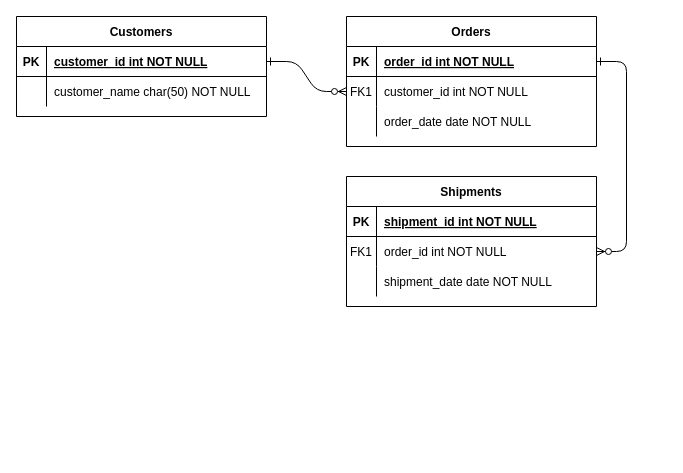
This is Untitled Diagram.drawio from The-Marcy-Lab-School/react-express-auth, a draw.io file, before an edit. Source tidied: cells renumbered, new cells numbered last; positions are measured from the earlier drawing's top-left corner, leaving out a move shared by most shapes. Both pictures are drawn from the tidied source at 100%, with x=0, y=0 at pixel (16, 16).
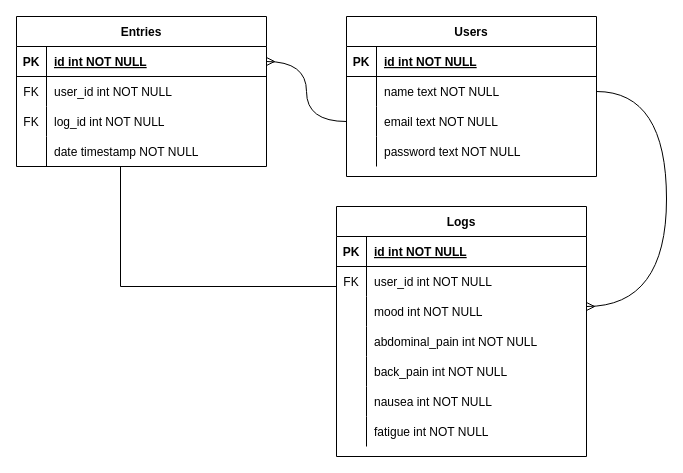
The same diagram, later.

Commit message:
Stork ERD

The change refers to these unchanged cells:
```xml
<mxCell id="5" style="shape=partialRectangle;fillColor=none;points=[[0,0.5],[1,0.5]];portConstraint=eastwest;top=0;left=0;right=0;bottom=1;" parent="4" vertex="1">
  <mxGeometry y="30" width="250" height="30" as="geometry" />
</mxCell>
<mxCell id="8" style="shape=partialRectangle;fillColor=none;points=[[0,0.5],[1,0.5]];portConstraint=eastwest;top=0;left=0;right=0;bottom=0;" parent="4" vertex="1">
  <mxGeometry y="60" width="250" height="30" as="geometry" />
</mxCell>
<mxCell id="11" style="shape=partialRectangle;fillColor=none;points=[[0,0.5],[1,0.5]];portConstraint=eastwest;top=0;left=0;right=0;bottom=0;" parent="4" vertex="1">
  <mxGeometry y="90" width="250" height="30" as="geometry" />
</mxCell>
<mxCell id="15" style="shape=partialRectangle;fillColor=none;top=0;left=0;right=0;bottom=1;" parent="14" vertex="1">
  <mxGeometry y="30" width="250" height="30" as="geometry" />
</mxCell>
<mxCell id="18" style="shape=partialRectangle;fillColor=none;points=[[0,0.5],[1,0.5]];portConstraint=eastwest;top=0;left=0;right=0;bottom=0;" parent="14" vertex="1">
  <mxGeometry y="60" width="250" height="30" as="geometry" />
</mxCell>
<mxCell id="21" style="shape=partialRectangle;fillColor=none;top=0;left=0;right=0;bottom=0;" parent="14" vertex="1">
  <mxGeometry y="90" width="250" height="30" as="geometry" />
</mxCell>
<mxCell id="25" style="shape=partialRectangle;fillColor=none;points=[[0,0.5],[1,0.5]];portConstraint=eastwest;top=0;left=0;right=0;bottom=1;" parent="24" vertex="1">
  <mxGeometry y="30" width="250" height="30" as="geometry" />
</mxCell>
<mxCell id="28" style="shape=partialRectangle;fillColor=none;top=0;left=0;right=0;bottom=0;" parent="24" vertex="1">
  <mxGeometry y="60" width="250" height="30" as="geometry" />
</mxCell>
```

The edit, as a diff of the source:
```diff
@@
-    <mxCell id="2" style="edgeStyle=entityRelationEdgeStyle;endArrow=ERzeroToMany;startArrow=ERone;endFill=1;startFill=0;" parent="1" edge="1" source="25" target="8">
-      <mxGeometry relative="1" as="geometry" />
-    </mxCell>
-    <mxCell id="3" style="edgeStyle=entityRelationEdgeStyle;endArrow=ERzeroToMany;startArrow=ERone;endFill=1;startFill=0;" parent="1" edge="1" source="5" target="18">
-      <mxGeometry relative="1" as="geometry" />
-    </mxCell>
-    <mxCell id="4" value="Orders" style="shape=table;startSize=30;childLayout=tableLayout;rowLines=0;fontStyle=1;align=center;" parent="1" vertex="1">
-      <mxGeometry x="330" width="250" height="130" as="geometry" />
+    <mxCell id="4" value="Users" style="shape=table;startSize=30;childLayout=tableLayout;rowLines=0;fontStyle=1;align=center;" parent="1" vertex="1">
+      <mxGeometry x="330" width="250" height="160" as="geometry" />
     </mxCell>
@@
-    <mxCell id="7" value="order_id int NOT NULL " style="shape=partialRectangle;overflow=hidden;fillColor=none;top=0;left=0;bottom=0;right=0;align=left;spacingLeft=6;fontStyle=5;" parent="5" vertex="1">
+    <mxCell id="7" value="id int NOT NULL " style="shape=partialRectangle;overflow=hidden;fillColor=none;top=0;left=0;bottom=0;right=0;align=left;spacingLeft=6;fontStyle=5;" parent="5" vertex="1">
       <mxGeometry x="30" width="220" height="30" as="geometry" />
     </mxCell>
@@
-    <mxCell id="9" value="FK1" style="shape=partialRectangle;overflow=hidden;fillColor=none;top=0;left=0;bottom=0;right=0;" parent="8" vertex="1">
+    <mxCell id="9" style="shape=partialRectangle;overflow=hidden;fillColor=none;top=0;left=0;bottom=0;right=0;" parent="8" vertex="1">
       <mxGeometry width="30" height="30" as="geometry" />
     </mxCell>
-    <mxCell id="10" value="customer_id int NOT NULL" style="shape=partialRectangle;overflow=hidden;fillColor=none;top=0;left=0;bottom=0;right=0;align=left;spacingLeft=6;" parent="8" vertex="1">
+    <mxCell id="10" value="name text NOT NULL" style="shape=partialRectangle;overflow=hidden;fillColor=none;top=0;left=0;bottom=0;right=0;align=left;spacingLeft=6;" parent="8" vertex="1">
       <mxGeometry x="30" width="220" height="30" as="geometry" />
     </mxCell>
@@
-    <mxCell id="13" value="order_date date NOT NULL" style="shape=partialRectangle;overflow=hidden;fillColor=none;top=0;left=0;bottom=0;right=0;align=left;spacingLeft=6;" parent="11" vertex="1">
+    <mxCell id="13" value="email text NOT NULL" style="shape=partialRectangle;overflow=hidden;fillColor=none;top=0;left=0;bottom=0;right=0;align=left;spacingLeft=6;" parent="11" vertex="1">
       <mxGeometry x="30" width="220" height="30" as="geometry" />
     </mxCell>
+    <mxCell id="31" style="shape=partialRectangle;fillColor=none;top=0;left=0;right=0;bottom=0;" parent="4" vertex="1">
+      <mxGeometry y="120" width="250" height="30" as="geometry" />
+    </mxCell>
+    <mxCell id="32" style="shape=partialRectangle;overflow=hidden;fillColor=none;top=0;left=0;bottom=0;right=0;" parent="31" vertex="1">
+      <mxGeometry width="30" height="30" as="geometry" />
+    </mxCell>
+    <mxCell id="33" value="password text NOT NULL" style="shape=partialRectangle;overflow=hidden;fillColor=none;top=0;left=0;bottom=0;right=0;align=left;spacingLeft=6;" parent="31" vertex="1">
+      <mxGeometry x="30" width="220" height="30" as="geometry" />
+    </mxCell>
-    <mxCell id="14" value="Shipments" style="shape=table;startSize=30;childLayout=tableLayout;rowLines=0;fontStyle=1;align=center;" parent="1" vertex="1">
-      <mxGeometry x="330" y="160" width="250" height="130" as="geometry" />
+    <mxCell id="14" value="Logs" style="shape=table;startSize=30;childLayout=tableLayout;rowLines=0;fontStyle=1;align=center;" parent="1" vertex="1">
+      <mxGeometry x="320" y="190" width="250" height="250" as="geometry" />
     </mxCell>
@@
-    <mxCell id="17" value="shipment_id int NOT NULL " style="shape=partialRectangle;overflow=hidden;fillColor=none;top=0;left=0;bottom=0;right=0;align=left;spacingLeft=6;fontStyle=5;" parent="15" vertex="1">
+    <mxCell id="17" value="id int NOT NULL " style="shape=partialRectangle;overflow=hidden;fillColor=none;top=0;left=0;bottom=0;right=0;align=left;spacingLeft=6;fontStyle=5;" parent="15" vertex="1">
       <mxGeometry x="30" width="220" height="30" as="geometry" />
     </mxCell>
@@
-    <mxCell id="19" value="FK1" style="shape=partialRectangle;overflow=hidden;fillColor=none;top=0;left=0;bottom=0;right=0;" parent="18" vertex="1">
+    <mxCell id="19" value="FK" style="shape=partialRectangle;overflow=hidden;fillColor=none;top=0;left=0;bottom=0;right=0;" parent="18" vertex="1">
       <mxGeometry width="30" height="30" as="geometry" />
     </mxCell>
-    <mxCell id="20" value="order_id int NOT NULL" style="shape=partialRectangle;overflow=hidden;fillColor=none;top=0;left=0;bottom=0;right=0;align=left;spacingLeft=6;" parent="18" vertex="1">
+    <mxCell id="20" value="user_id int NOT NULL" style="shape=partialRectangle;overflow=hidden;fillColor=none;top=0;left=0;bottom=0;right=0;align=left;spacingLeft=6;" parent="18" vertex="1">
       <mxGeometry x="30" width="220" height="30" as="geometry" />
     </mxCell>
@@
-    <mxCell id="23" value="shipment_date date NOT NULL" style="shape=partialRectangle;overflow=hidden;fillColor=none;top=0;left=0;bottom=0;right=0;align=left;spacingLeft=6;" parent="21" vertex="1">
+    <mxCell id="23" value="mood int NOT NULL" style="shape=partialRectangle;overflow=hidden;fillColor=none;top=0;left=0;bottom=0;right=0;align=left;spacingLeft=6;" parent="21" vertex="1">
       <mxGeometry x="30" width="220" height="30" as="geometry" />
     </mxCell>
+    <mxCell id="34" style="shape=partialRectangle;fillColor=none;top=0;left=0;right=0;bottom=0;" parent="14" vertex="1">
+      <mxGeometry y="120" width="250" height="30" as="geometry" />
+    </mxCell>
+    <mxCell id="35" style="shape=partialRectangle;overflow=hidden;fillColor=none;top=0;left=0;bottom=0;right=0;" parent="34" vertex="1">
+      <mxGeometry width="30" height="30" as="geometry" />
+    </mxCell>
+    <mxCell id="36" value="abdominal_pain int NOT NULL" style="shape=partialRectangle;overflow=hidden;fillColor=none;top=0;left=0;bottom=0;right=0;align=left;spacingLeft=6;" parent="34" vertex="1">
+      <mxGeometry x="30" width="220" height="30" as="geometry" />
+    </mxCell>
+    <mxCell id="37" style="shape=partialRectangle;fillColor=none;top=0;left=0;right=0;bottom=0;" parent="14" vertex="1">
+      <mxGeometry y="150" width="250" height="30" as="geometry" />
+    </mxCell>
+    <mxCell id="38" style="shape=partialRectangle;overflow=hidden;fillColor=none;top=0;left=0;bottom=0;right=0;" parent="37" vertex="1">
+      <mxGeometry width="30" height="30" as="geometry" />
+    </mxCell>
+    <mxCell id="39" value="back_pain int NOT NULL" style="shape=partialRectangle;overflow=hidden;fillColor=none;top=0;left=0;bottom=0;right=0;align=left;spacingLeft=6;" parent="37" vertex="1">
+      <mxGeometry x="30" width="220" height="30" as="geometry" />
+    </mxCell>
+    <mxCell id="40" style="shape=partialRectangle;fillColor=none;top=0;left=0;right=0;bottom=0;" parent="14" vertex="1">
+      <mxGeometry y="180" width="250" height="30" as="geometry" />
+    </mxCell>
+    <mxCell id="41" style="shape=partialRectangle;overflow=hidden;fillColor=none;top=0;left=0;bottom=0;right=0;" parent="40" vertex="1">
+      <mxGeometry width="30" height="30" as="geometry" />
+    </mxCell>
+    <mxCell id="42" value="nausea int NOT NULL" style="shape=partialRectangle;overflow=hidden;fillColor=none;top=0;left=0;bottom=0;right=0;align=left;spacingLeft=6;" parent="40" vertex="1">
+      <mxGeometry x="30" width="220" height="30" as="geometry" />
+    </mxCell>
+    <mxCell id="43" style="shape=partialRectangle;fillColor=none;top=0;left=0;right=0;bottom=0;" parent="14" vertex="1">
+      <mxGeometry y="210" width="250" height="30" as="geometry" />
+    </mxCell>
+    <mxCell id="44" style="shape=partialRectangle;overflow=hidden;fillColor=none;top=0;left=0;bottom=0;right=0;" parent="43" vertex="1">
+      <mxGeometry width="30" height="30" as="geometry" />
+    </mxCell>
+    <mxCell id="45" value="fatigue int NOT NULL" style="shape=partialRectangle;overflow=hidden;fillColor=none;top=0;left=0;bottom=0;right=0;align=left;spacingLeft=6;" parent="43" vertex="1">
+      <mxGeometry x="30" width="220" height="30" as="geometry" />
+    </mxCell>
-    <mxCell id="24" value="Customers" style="shape=table;startSize=30;childLayout=tableLayout;rowLines=0;fontStyle=1;align=center;" parent="1" vertex="1">
-      <mxGeometry width="250" height="100" as="geometry" />
+    <mxCell id="24" value="Entries" style="shape=table;startSize=30;childLayout=tableLayout;rowLines=0;fontStyle=1;align=center;" parent="1" vertex="1">
+      <mxGeometry width="250" height="150" as="geometry" />
     </mxCell>
@@
-    <mxCell id="27" value="customer_id int NOT NULL " style="shape=partialRectangle;overflow=hidden;fillColor=none;top=0;left=0;bottom=0;right=0;align=left;spacingLeft=6;fontStyle=5;" parent="25" vertex="1">
+    <mxCell id="27" value="id int NOT NULL " style="shape=partialRectangle;overflow=hidden;fillColor=none;top=0;left=0;bottom=0;right=0;align=left;spacingLeft=6;fontStyle=5;" parent="25" vertex="1">
       <mxGeometry x="30" width="220" height="30" as="geometry" />
     </mxCell>
@@
-    <mxCell id="29" style="shape=partialRectangle;overflow=hidden;fillColor=none;top=0;left=0;bottom=0;right=0;" parent="28" vertex="1">
+    <mxCell id="29" value="FK" style="shape=partialRectangle;overflow=hidden;fillColor=none;top=0;left=0;bottom=0;right=0;" parent="28" vertex="1">
       <mxGeometry width="30" height="30" as="geometry" />
     </mxCell>
-    <mxCell id="30" value="customer_name char(50) NOT NULL" style="shape=partialRectangle;overflow=hidden;fillColor=none;top=0;left=0;bottom=0;right=0;align=left;spacingLeft=6;" parent="28" vertex="1">
+    <mxCell id="30" value="user_id int NOT NULL" style="shape=partialRectangle;overflow=hidden;fillColor=none;top=0;left=0;bottom=0;right=0;align=left;spacingLeft=6;" parent="28" vertex="1">
       <mxGeometry x="30" width="220" height="30" as="geometry" />
     </mxCell>
+    <mxCell id="46" style="shape=partialRectangle;fillColor=none;top=0;left=0;right=0;bottom=0;" parent="24" vertex="1">
+      <mxGeometry y="90" width="250" height="30" as="geometry" />
+    </mxCell>
+    <mxCell id="47" value="FK" style="shape=partialRectangle;overflow=hidden;fillColor=none;top=0;left=0;bottom=0;right=0;" parent="46" vertex="1">
+      <mxGeometry width="30" height="30" as="geometry" />
+    </mxCell>
+    <mxCell id="48" value="log_id int NOT NULL" style="shape=partialRectangle;overflow=hidden;fillColor=none;top=0;left=0;bottom=0;right=0;align=left;spacingLeft=6;" parent="46" vertex="1">
+      <mxGeometry x="30" width="220" height="30" as="geometry" />
+    </mxCell>
+    <mxCell id="49" style="shape=partialRectangle;fillColor=none;points=[[0,0.5],[1,0.5]];portConstraint=eastwest;top=0;left=0;right=0;bottom=0;" parent="24" vertex="1">
+      <mxGeometry y="120" width="250" height="30" as="geometry" />
+    </mxCell>
+    <mxCell id="50" style="shape=partialRectangle;overflow=hidden;fillColor=none;top=0;left=0;bottom=0;right=0;" parent="49" vertex="1">
+      <mxGeometry width="30" height="30" as="geometry" />
+    </mxCell>
+    <mxCell id="51" value="date timestamp NOT NULL" style="shape=partialRectangle;overflow=hidden;fillColor=none;top=0;left=0;bottom=0;right=0;align=left;spacingLeft=6;" parent="49" vertex="1">
+      <mxGeometry x="30" width="220" height="30" as="geometry" />
+    </mxCell>
+    <mxCell id="52" style="edgeStyle=orthogonalEdgeStyle;curved=1;rounded=0;jettySize=auto;html=1;exitX=0;exitY=0.5;exitDx=0;exitDy=0;entryX=1;entryY=0.5;entryDx=0;entryDy=0;endArrow=ERmany;endFill=0;" parent="1" edge="1" source="11" target="25">
+      <mxGeometry relative="1" as="geometry" />
+    </mxCell>
+    <mxCell id="53" style="edgeStyle=orthogonalEdgeStyle;curved=1;rounded=0;jettySize=auto;html=1;exitX=1;exitY=0.5;exitDx=0;exitDy=0;endArrow=ERmany;endFill=0;" parent="1" edge="1" source="8">
+      <mxGeometry relative="1" as="geometry">
+        <mxPoint x="570" y="290" as="targetPoint" />
+        <Array as="points">
+          <mxPoint x="650" y="75" />
+          <mxPoint x="650" y="290" />
+        </Array>
+      </mxGeometry>
+    </mxCell>
+    <mxCell id="54" style="edgeStyle=orthogonalEdgeStyle;jettySize=auto;html=1;rounded=0;exitX=0.421;exitY=1;exitDx=0;exitDy=0;entryX=0;entryY=0.5;entryDx=0;entryDy=0;endArrow=none;endFill=0;exitPerimeter=0;" parent="1" edge="1" source="49" target="18">
+      <mxGeometry relative="1" as="geometry">
+        <Array as="points">
+          <mxPoint x="104" y="150" />
+          <mxPoint x="104" y="270" />
+          <mxPoint x="320" y="270" />
+        </Array>
+      </mxGeometry>
+    </mxCell>
```
